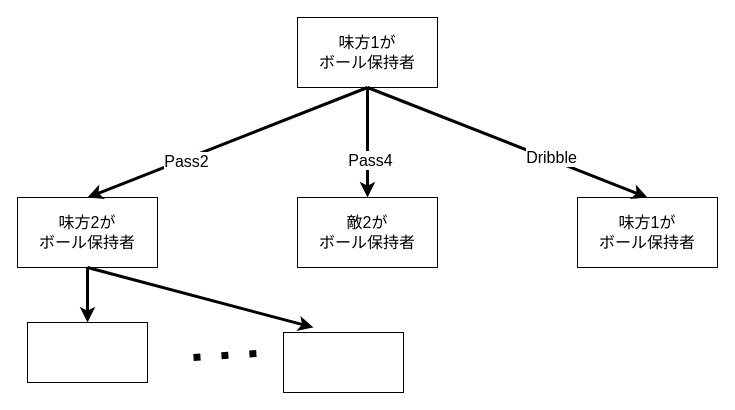
Before: turorial_tree.drawio in SuperTikuwa/drawio, a draw.io diagram. Source tidied: cells renumbered, new cells numbered last; positions are measured from the earlier drawing's top-left corner, leaving out a move shared by most shapes. Both pictures are drawn from the tidied source at 100%, with x=0, y=0 at pixel (17, 17).
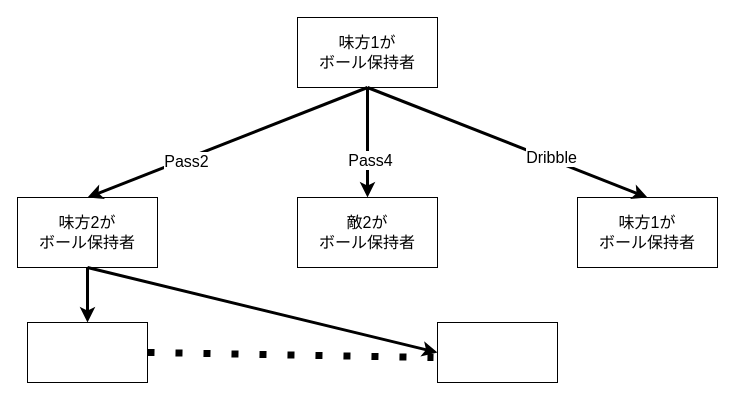
Above is the later version.

Commit message:
turorial_tree.drawio を更新します

Diff of the diagram source:
```diff
@@
 <mxGraphModel>
   <root>
     <mxCell id="0" />
     <mxCell id="1" parent="0" />
     <mxCell id="2" value="&lt;font style=&quot;font-size: 16px;&quot;&gt;味方1が&lt;br&gt;ボール保持者&lt;/font&gt;" style="rounded=0;whiteSpace=wrap;html=1;" parent="1" vertex="1">
       <mxGeometry x="280" width="140" height="70" as="geometry" />
     </mxCell>
     <mxCell id="3" value="&lt;font style=&quot;font-size: 16px;&quot;&gt;味方1が&lt;br&gt;ボール保持者&lt;/font&gt;" style="rounded=0;whiteSpace=wrap;html=1;" parent="1" vertex="1">
       <mxGeometry x="560" y="180" width="140" height="70" as="geometry" />
     </mxCell>
     <mxCell id="4" value="&lt;font style=&quot;font-size: 16px;&quot;&gt;敵2が&lt;br&gt;ボール保持者&lt;/font&gt;" style="rounded=0;whiteSpace=wrap;html=1;" parent="1" vertex="1">
       <mxGeometry x="280" y="180" width="140" height="70" as="geometry" />
     </mxCell>
     <mxCell id="5" value="&lt;font style=&quot;font-size: 16px;&quot;&gt;味方2が&lt;br&gt;ボール保持者&lt;/font&gt;" style="rounded=0;whiteSpace=wrap;html=1;" parent="1" vertex="1">
       <mxGeometry y="180" width="140" height="70" as="geometry" />
     </mxCell>
     <mxCell id="6" style="endArrow=classic;html=1;rounded=0;fontSize=16;exitX=0.5;exitY=1;exitDx=0;exitDy=0;entryX=0.5;entryY=0;entryDx=0;entryDy=0;strokeWidth=3;" parent="1" edge="1" source="2" target="5">
       <mxGeometry relative="1" as="geometry" />
     </mxCell>
     <mxCell id="7" value="Pass2" style="edgeLabel;html=1;align=center;verticalAlign=middle;fontSize=16;" parent="6" vertex="1">
       <mxGeometry x="0.3" y="2" relative="1" as="geometry" />
     </mxCell>
     <mxCell id="8" style="endArrow=classic;html=1;rounded=0;fontSize=16;exitX=0.5;exitY=1;exitDx=0;exitDy=0;entryX=0.5;entryY=0;entryDx=0;entryDy=0;strokeWidth=3;" parent="1" edge="1" source="2" target="4">
       <mxGeometry relative="1" as="geometry" />
     </mxCell>
     <mxCell id="9" value="Pass4" style="edgeLabel;html=1;align=center;verticalAlign=middle;fontSize=16;" parent="8" vertex="1">
       <mxGeometry x="0.3" y="2" relative="1" as="geometry" />
     </mxCell>
     <mxCell id="10" style="endArrow=classic;html=1;rounded=0;fontSize=16;entryX=0.5;entryY=0;entryDx=0;entryDy=0;strokeWidth=3;" parent="1" edge="1" target="3">
       <mxGeometry relative="1" as="geometry">
         <mxPoint x="350" y="70" as="sourcePoint" />
       </mxGeometry>
     </mxCell>
     <mxCell id="11" value="Dribble" style="edgeLabel;html=1;align=center;verticalAlign=middle;fontSize=16;" parent="10" vertex="1">
       <mxGeometry x="0.3" y="2" relative="1" as="geometry" />
     </mxCell>
     <mxCell id="12" style="endArrow=classic;html=1;rounded=0;fontSize=16;exitX=0.5;exitY=1;exitDx=0;exitDy=0;strokeWidth=3;" parent="1" edge="1" source="5" target="13">
       <mxGeometry relative="1" as="geometry" />
     </mxCell>
     <mxCell id="13" style="rounded=0;whiteSpace=wrap;html=1;fontSize=16;" parent="1" vertex="1">
       <mxGeometry x="10" y="305" width="120" height="60" as="geometry" />
     </mxCell>
-    <mxCell id="14" style="endArrow=classic;html=1;rounded=0;fontSize=16;exitX=0.5;exitY=1;exitDx=0;exitDy=0;strokeWidth=3;" parent="1" edge="1" source="5">
-      <mxGeometry relative="1" as="geometry">
-        <mxPoint x="296" y="310" as="targetPoint" />
-      </mxGeometry>
+    <mxCell id="14" style="endArrow=classic;html=1;rounded=0;fontSize=16;exitX=0.5;exitY=1;exitDx=0;exitDy=0;strokeWidth=3;entryX=0;entryY=0.5;entryDx=0;entryDy=0;" parent="1" edge="1" source="5" target="16">
+      <mxGeometry relative="1" as="geometry" />
     </mxCell>
-    <mxCell id="15" style="endArrow=none;dashed=1;html=1;dashPattern=1 3;strokeWidth=7;rounded=0;fontSize=16;" parent="1" edge="1">
+    <mxCell id="15" style="endArrow=none;dashed=1;html=1;dashPattern=1 3;strokeWidth=7;rounded=0;fontSize=16;exitX=1;exitY=0.5;exitDx=0;exitDy=0;" parent="1" edge="1" source="13">
       <mxGeometry relative="1" as="geometry">
-        <mxPoint x="176" y="340" as="sourcePoint" />
-        <mxPoint x="256" y="335" as="targetPoint" />
+        <mxPoint x="416" y="340" as="targetPoint" />
       </mxGeometry>
     </mxCell>
     <mxCell id="16" style="rounded=0;whiteSpace=wrap;html=1;fontSize=16;" parent="1" vertex="1">
-      <mxGeometry x="266" y="315" width="120" height="60" as="geometry" />
+      <mxGeometry x="420" y="305" width="120" height="60" as="geometry" />
     </mxCell>
   </root>
 </mxGraphModel>
```
